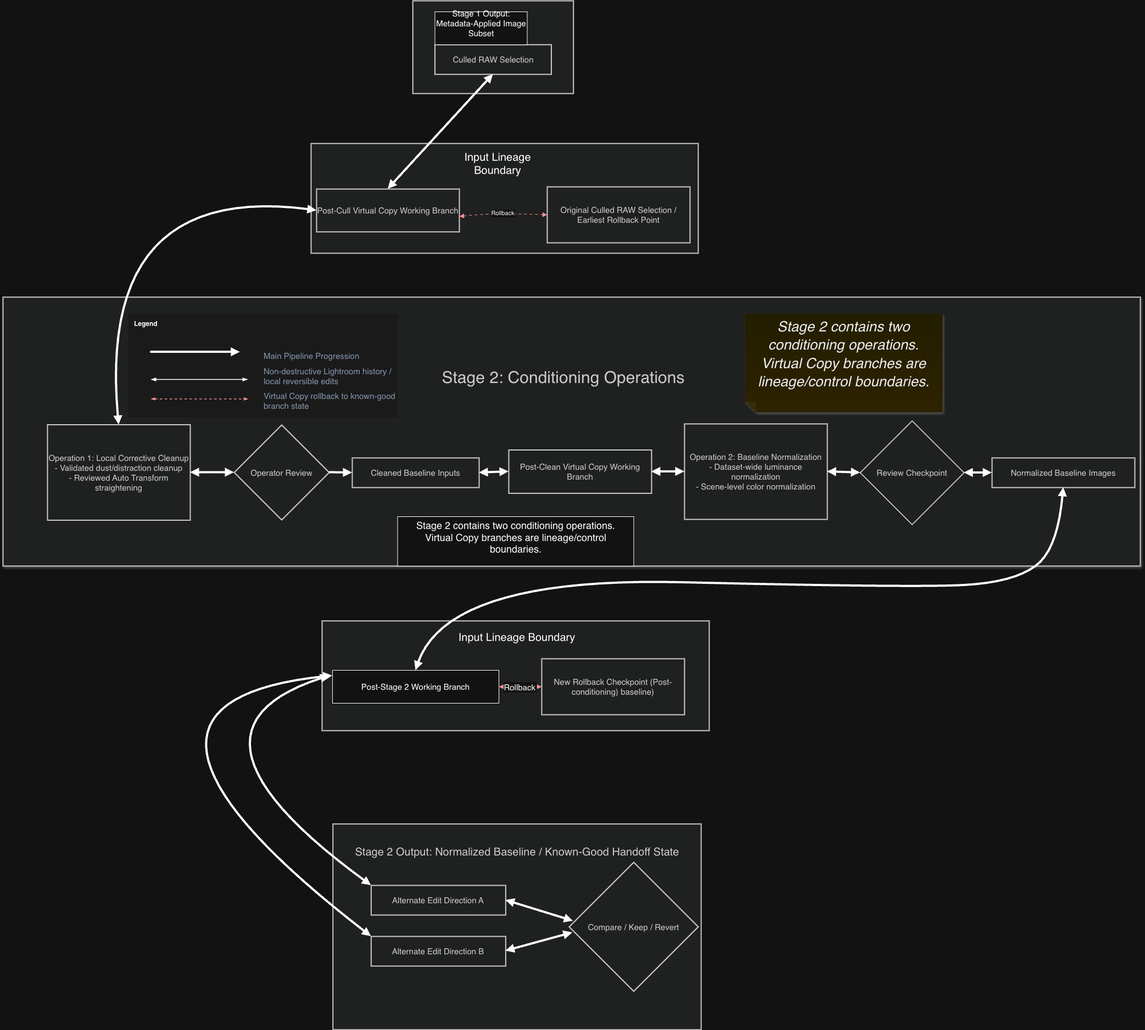
Oak-22/creative-workflow-batch-transformation-pipeline keeps this draw.io diagram as docs/stage-2-pipeline-diagram.png. Above is the earlier version. Source tidied: cells renumbered, new cells last; positions are measured from the earlier drawing's top-left corner, leaving out a move shared by most shapes.
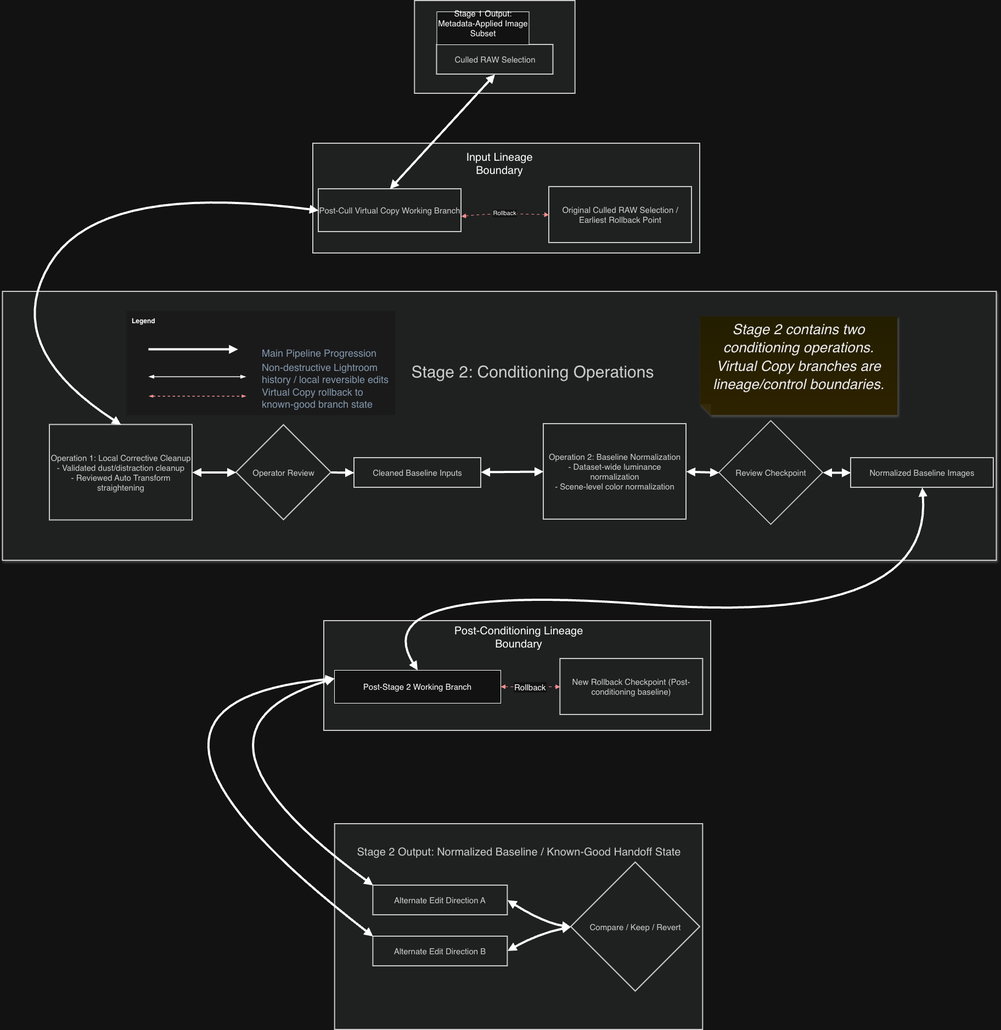
The same diagram one commit later.

Commit message:
Updates to Stage 2 pipeline diagram

Change to the diagram source:
```diff
@@ -14,8 +14,8 @@
     <mxCell id="5" value="Culled RAW Selection" style="whiteSpace=wrap;strokeWidth=2;fillColor=light-dark(#eeeeee,#1f2020);strokeColor=light-dark(#999999,#cccccc);fontColor=light-dark(#333333,#cccccc);fontSize=15;" parent="1" vertex="1">
       <mxGeometry x="786.5" y="80" width="212" height="54" as="geometry" />
     </mxCell>
-    <mxCell id="6" value="Stage 2: Conditioning Operations" style="whiteSpace=wrap;strokeWidth=2;fillColor=light-dark(#eeeeee,#1f2020);strokeColor=light-dark(#999999,#cccccc);fontColor=light-dark(#333333,#cccccc);spacingTop=-200;shadow=1;verticalAlign=middle;spacingBottom=-1;fontSize=30;spacingLeft=-30;" parent="1" vertex="1">
-      <mxGeometry y="540" width="2071" height="490" as="geometry" />
+    <mxCell id="6" value="Stage 2: Conditioning Operations" style="whiteSpace=wrap;strokeWidth=2;fillColor=light-dark(#eeeeee,#1f2020);strokeColor=light-dark(#999999,#cccccc);fontColor=light-dark(#333333,#cccccc);spacingTop=-200;shadow=1;verticalAlign=middle;spacingBottom=-2;fontSize=30;spacingLeft=80;spacingRight=-40;" parent="1" vertex="1">
+      <mxGeometry x="-4.5" y="530" width="1811" height="490" as="geometry" />
     </mxCell>
     <mxCell id="7" value="Post-Cull Virtual Copy Working Branch" style="whiteSpace=wrap;strokeWidth=2;fillColor=light-dark(#eeeeee,#1f2020);strokeColor=light-dark(#999999,#cccccc);fontColor=light-dark(#333333,#cccccc);fontSize=15;" parent="1" vertex="1">
       <mxGeometry x="571" y="343" width="260" height="78" as="geometry" />
@@ -32,17 +32,14 @@
     <mxCell id="11" value="Cleaned Baseline Inputs" style="whiteSpace=wrap;strokeWidth=2;fillColor=light-dark(#eeeeee,#1f2020);strokeColor=light-dark(#999999,#cccccc);fontColor=light-dark(#333333,#cccccc);fontSize=15;" parent="1" vertex="1">
       <mxGeometry x="636" y="833" width="231" height="54" as="geometry" />
     </mxCell>
-    <mxCell id="12" style="edgeStyle=orthogonalEdgeStyle;rounded=0;jettySize=auto;html=1;" parent="1" edge="1" source="13" target="37">
-      <mxGeometry relative="1" as="geometry" />
-    </mxCell>
     <mxCell id="13" value="Operation 2: Baseline Normalization&#10;- Dataset-wide luminance normalization&#10;- Scene-level color normalization" style="whiteSpace=wrap;strokeWidth=2;fillColor=light-dark(#eeeeee,#1f2020);strokeColor=light-dark(#999999,#cccccc);fontColor=light-dark(#333333,#cccccc);fontSize=15;" parent="1" vertex="1">
-      <mxGeometry x="1241" y="771" width="260" height="174" as="geometry" />
+      <mxGeometry x="981" y="771" width="260" height="174" as="geometry" />
     </mxCell>
     <mxCell id="14" value="Review Checkpoint" style="rhombus;strokeWidth=2;whiteSpace=wrap;fillColor=light-dark(#eeeeee,#1f2020);strokeColor=light-dark(#999999,#cccccc);fontColor=light-dark(#333333,#cccccc);fontSize=15;" parent="1" vertex="1">
-      <mxGeometry x="1561" y="765.5" width="189" height="189" as="geometry" />
+      <mxGeometry x="1301" y="765.5" width="189" height="189" as="geometry" />
     </mxCell>
     <mxCell id="15" value="Normalized Baseline Images" style="whiteSpace=wrap;strokeWidth=2;fillColor=light-dark(#eeeeee,#1f2020);strokeColor=light-dark(#999999,#cccccc);fontColor=light-dark(#333333,#cccccc);fontSize=15;" parent="1" vertex="1">
-      <mxGeometry x="1801" y="833" width="260" height="54" as="geometry" />
+      <mxGeometry x="1541" y="833" width="260" height="54" as="geometry" />
     </mxCell>
     <mxCell id="16" value="Alternate Edit Direction A" style="whiteSpace=wrap;strokeWidth=2;fillColor=light-dark(#eeeeee,#1f2020);strokeColor=light-dark(#999999,#cccccc);fontColor=light-dark(#333333,#cccccc);fontSize=15;" parent="1" vertex="1">
       <mxGeometry x="670.4" y="1612" width="245" height="54" as="geometry" />
@@ -67,6 +64,7 @@
       <mxGeometry relative="1" as="geometry">
         <Array as="points">
           <mxPoint x="171" y="330" />
+          <mxPoint x="-9" y="630" />
         </Array>
       </mxGeometry>
     </mxCell>
@@ -76,7 +74,7 @@
     <mxCell id="23" style="curved=1;startArrow=none;endArrow=block;strokeWidth=3;strokeWidth=4;fillColor=none;exitX=1;exitY=0.5;entryX=0;entryY=0.5;" parent="1" edge="1" source="10" target="11">
       <mxGeometry relative="1" as="geometry" />
     </mxCell>
-    <mxCell id="24" style="curved=1;startArrow=block;endArrow=block;strokeWidth=3;strokeWidth=4;fillColor=none;exitX=1;exitY=0.5;entryX=0;entryY=0.5;startFill=1;" parent="1" edge="1" source="37" target="13">
+    <mxCell id="24" style="curved=1;startArrow=block;endArrow=block;strokeWidth=3;strokeWidth=4;fillColor=none;entryX=0;entryY=0.5;startFill=1;" parent="1" edge="1" source="11" target="13">
       <mxGeometry relative="1" as="geometry" />
     </mxCell>
     <mxCell id="25" style="curved=1;startArrow=block;endArrow=block;strokeWidth=3;strokeWidth=4;fillColor=none;exitX=1;exitY=0.5;entryX=0;entryY=0.5;startFill=1;" parent="1" edge="1" source="13" target="14">
@@ -85,23 +83,26 @@
     <mxCell id="26" style="curved=1;startArrow=block;endArrow=block;strokeWidth=3;strokeWidth=4;fillColor=none;exitX=1;exitY=0.5;entryX=0;entryY=0.5;startFill=1;" parent="1" edge="1" source="14" target="15">
       <mxGeometry relative="1" as="geometry" />
     </mxCell>
-    <mxCell id="27" style="curved=1;startArrow=block;endArrow=block;strokeWidth=4;fillColor=none;exitX=1;exitY=0.5;entryX=0.031;entryY=0.455;startFill=1;entryDx=0;entryDy=0;entryPerimeter=0;" parent="1" edge="1" source="16" target="18">
-      <mxGeometry relative="1" as="geometry" />
+    <mxCell id="27" style="curved=1;startArrow=block;endArrow=block;strokeWidth=4;fillColor=none;exitX=1;exitY=0.5;startFill=1;" parent="1" edge="1" source="16">
+      <mxGeometry relative="1" as="geometry">
+        <mxPoint x="1031" y="1688" as="targetPoint" />
+        <Array as="points">
+          <mxPoint x="981" y="1680" />
+        </Array>
+      </mxGeometry>
     </mxCell>
     <mxCell id="28" style="whiteSpace=wrap;strokeWidth=2;fillColor=light-dark(#eeeeee,#1f2020);strokeColor=light-dark(#999999,#cccccc);fontColor=light-dark(#333333,#cccccc);verticalAlign=bottom;fontSize=12;spacingTop=200;" parent="1" vertex="1">
       <mxGeometry x="581" y="1130" width="705" height="200" as="geometry" />
     </mxCell>
-    <mxCell id="29" style="curved=1;startArrow=block;endArrow=block;strokeWidth=3;strokeWidth=4;fillColor=none;entryX=0;entryY=0;entryDx=0;entryDy=0;startFill=1;" parent="1" edge="1" target="16">
+    <mxCell id="29" style="curved=1;startArrow=block;endArrow=block;strokeWidth=3;strokeWidth=4;fillColor=none;entryX=0;entryY=0;entryDx=0;entryDy=0;startFill=1;exitX=0;exitY=0.25;exitDx=0;exitDy=0;" parent="1" edge="1" source="33" target="16">
       <mxGeometry relative="1" as="geometry">
-        <mxPoint x="594.6" y="1230" as="sourcePoint" />
         <Array as="points">
           <mxPoint x="284.6" y="1330" />
         </Array>
       </mxGeometry>
     </mxCell>
-    <mxCell id="30" style="curved=1;startArrow=block;endArrow=block;strokeWidth=3;strokeWidth=4;fillColor=none;exitX=0;exitY=0;entryX=0;entryY=0;entryDx=0;entryDy=0;exitDx=0;exitDy=0;startFill=1;" parent="1" edge="1" target="17">
+    <mxCell id="30" style="curved=1;startArrow=block;endArrow=block;strokeWidth=3;strokeWidth=4;fillColor=none;entryX=0;entryY=0;entryDx=0;entryDy=0;startFill=1;exitX=0;exitY=0.25;exitDx=0;exitDy=0;" parent="1" edge="1" source="33" target="17">
       <mxGeometry relative="1" as="geometry">
-        <mxPoint x="600" y="1230" as="sourcePoint" />
         <Array as="points">
           <mxPoint x="121" y="1280" />
         </Array>
@@ -116,41 +117,30 @@
     <mxCell id="33" value="Post-Stage 2 Working Branch" style="rounded=0;whiteSpace=wrap;html=1;fontSize=15;" parent="1" vertex="1">
       <mxGeometry x="600" y="1220" width="303" height="60" as="geometry" />
     </mxCell>
-    <mxCell id="34" value="&lt;font style=&quot;font-size: 20px;&quot;&gt;Input Lineage Boundary&lt;/font&gt;" style="text;html=1;whiteSpace=wrap;strokeColor=none;fillColor=none;align=center;verticalAlign=middle;rounded=0;" parent="1" vertex="1">
+    <mxCell id="34" value="&lt;font style=&quot;font-size: 20px;&quot;&gt;Post-Conditioning Lineage Boundary&lt;/font&gt;" style="text;html=1;whiteSpace=wrap;strokeColor=none;fillColor=none;align=center;verticalAlign=middle;rounded=0;" parent="1" vertex="1">
       <mxGeometry x="811" y="1140" width="250" height="40" as="geometry" />
     </mxCell>
-    <mxCell id="35" style="curved=1;startArrow=block;endArrow=block;strokeWidth=3;strokeWidth=4;fillColor=none;exitX=1;exitY=0.5;entryX=0;entryY=0.5;startFill=1;" parent="1" edge="1" source="11" target="37">
-      <mxGeometry relative="1" as="geometry" />
-    </mxCell>
     <mxCell id="36" style="curved=1;startArrow=block;endArrow=block;strokeWidth=3;strokeWidth=4;fillColor=none;exitX=0.5;exitY=1;entryX=0.5;entryY=0;entryDx=0;entryDy=0;exitDx=0;exitDy=0;startFill=1;" parent="1" edge="1" source="15" target="33">
       <mxGeometry relative="1" as="geometry">
         <Array as="points">
-          <mxPoint x="1921" y="1000" />
-          <mxPoint x="1841" y="1060" />
-          <mxPoint x="1661" y="1070" />
-          <mxPoint x="811" y="1050" />
+          <mxPoint x="1691" y="1140" />
+          <mxPoint x="651" y="1060" />
         </Array>
       </mxGeometry>
     </mxCell>
-    <mxCell id="37" value="Post-Clean Virtual Copy Working Branch" style="whiteSpace=wrap;strokeWidth=2;fillColor=light-dark(#eeeeee,#1f2020);strokeColor=light-dark(#999999,#cccccc);fontColor=light-dark(#333333,#cccccc);fontSize=15;" parent="1" vertex="1">
-      <mxGeometry x="921" y="818.5" width="260" height="79" as="geometry" />
-    </mxCell>
-    <mxCell id="38" value="New Rollback Checkpoint (Post-conditioning) baseline)" style="whiteSpace=wrap;strokeWidth=2;fillColor=light-dark(#eeeeee,#1f2020);strokeColor=light-dark(#999999,#cccccc);fontColor=light-dark(#333333,#cccccc);fontSize=15;" parent="1" vertex="1">
-      <mxGeometry x="981" y="1199" width="260" height="102" as="geometry" />
+    <mxCell id="38" value="New Rollback Checkpoint (Post-conditioning baseline)" style="whiteSpace=wrap;strokeWidth=2;fillColor=light-dark(#eeeeee,#1f2020);strokeColor=light-dark(#999999,#cccccc);fontColor=light-dark(#333333,#cccccc);fontSize=15;" parent="1" vertex="1">
+      <mxGeometry x="1011.3" y="1199" width="260" height="102" as="geometry" />
     </mxCell>
     <mxCell id="39" value="Rollback" style="curved=1;dashed=1;dashPattern=2 3;startArrow=block;endArrow=block;strokeColor=red;dashed=1;dashPattern=5 5;fillColor=none;exitX=1;exitY=0.5;startFill=1;exitDx=0;exitDy=0;entryX=0;entryY=0.5;entryDx=0;entryDy=0;fontSize=15;" parent="1" edge="1" source="33" target="38">
       <mxGeometry relative="1" as="geometry" />
     </mxCell>
-    <mxCell id="40" value="&lt;div&gt;&lt;font style=&quot;font-size: 18px;&quot;&gt;Stage 2 contains two conditioning operations.&lt;/font&gt;&lt;/div&gt;&lt;div&gt;&lt;font style=&quot;font-size: 18px;&quot;&gt;Virtual Copy branches are lineage/control boundaries.&lt;/font&gt;&lt;/div&gt;&lt;div&gt;&lt;br&gt;&lt;/div&gt;" style="rounded=0;whiteSpace=wrap;html=1;" parent="1" vertex="1">
-      <mxGeometry x="718.5" y="940" width="430" height="90" as="geometry" />
-    </mxCell>
     <mxCell id="41" value="&lt;div&gt;&lt;font style=&quot;font-size: 26px;&quot;&gt;&lt;i style=&quot;&quot;&gt;Stage 2 contains two conditioning operations.&lt;/i&gt;&lt;/font&gt;&lt;/div&gt;&lt;div&gt;&lt;font style=&quot;font-size: 26px;&quot;&gt;&lt;i&gt;Virtual Copy branches are lineage/control boundaries.&lt;/i&gt;&lt;/font&gt;&lt;/div&gt;&lt;div&gt;&lt;br style=&quot;color: rgb(255, 255, 255); font-size: 12px;&quot;&gt;&lt;/div&gt;" style="shape=note;whiteSpace=wrap;html=1;backgroundOutline=1;autosizeText=1;fontColor=#000000;darkOpacity=0.05;fillColor=#FFF9B2;strokeColor=none;fillStyle=solid;fontSize=28;direction=west;gradientDirection=north;gradientColor=#FFF2A1;shadow=1;size=20;" parent="1" vertex="1">
-      <mxGeometry x="1351" y="570" width="360" height="180" as="geometry" />
+      <mxGeometry x="1266" y="575" width="360" height="180" as="geometry" />
     </mxCell>
     <mxCell id="42" value="Legend" style="rounded=0;whiteSpace=wrap;html=1;strokeColor=none;strokeWidth=1.5;arcSize=16;fillColor=#F5F6F7;perimeterSpacing=0;imageHeight=24;absoluteArcSize=1;align=left;verticalAlign=top;fontSize=12;fontStyle=1;spacingTop=5;spacingLeft=8;" parent="1" vertex="1">
-      <mxGeometry x="228.5" y="570" width="490" height="190" as="geometry" />
+      <mxGeometry x="221" y="565" width="490" height="190" as="geometry" />
     </mxCell>
-    <mxCell id="43" value="Main Pipeline Progression" style="fillColor=none;strokeColor=none;align=left;fontSize=15;fontColor=#556B82;whiteSpace=wrap;" parent="42" vertex="1">
+    <mxCell id="43" value="Main Pipeline Progression" style="fillColor=none;strokeColor=none;align=left;fontSize=18;fontColor=#556B82;whiteSpace=wrap;" parent="42" vertex="1">
       <mxGeometry x="245" y="50" width="245" height="53.6" as="geometry" />
     </mxCell>
     <mxCell id="44" style="edgeStyle=orthogonalEdgeStyle;rounded=0;orthogonalLoop=1;jettySize=auto;html=1;fontSize=31;strokeColor=light-dark(#188918,#FFFFFF);fontFamily=Helvetica;fontColor=default;targetPerimeterSpacing=15;endArrow=blockThin;endFill=1;strokeWidth=1.5;startArrow=blockThin;startFill=1;" parent="42" edge="1">
@@ -159,7 +149,7 @@
         <mxPoint x="217.4" y="120" as="targetPoint" />
       </mxGeometry>
     </mxCell>
-    <mxCell id="45" value="Non-destructive Lightroom history / local reversible edits" style="fillColor=none;strokeColor=none;align=left;fontSize=15;fontColor=#556B82;whiteSpace=wrap;" parent="42" vertex="1">
+    <mxCell id="45" value="Non-destructive Lightroom history / local reversible edits" style="fillColor=none;strokeColor=none;align=left;fontSize=18;fontColor=#556B82;whiteSpace=wrap;" parent="42" vertex="1">
       <mxGeometry x="245" y="90" width="245" height="48.2" as="geometry" />
     </mxCell>
     <mxCell id="46" style="edgeStyle=orthogonalEdgeStyle;rounded=0;orthogonalLoop=1;jettySize=auto;html=1;fontSize=18;strokeColor=light-dark(#475E75, #f29292);fontFamily=Helvetica;fontColor=default;targetPerimeterSpacing=15;endSize=4;startSize=4;endArrow=blockThin;endFill=1;strokeWidth=1.5;startArrow=blockThin;startFill=1;dashed=1;" parent="42" edge="1">
@@ -168,7 +158,7 @@
         <mxPoint x="217.8" y="155.5" as="targetPoint" />
       </mxGeometry>
     </mxCell>
-    <mxCell id="47" value="Virtual Copy rollback to known-good branch state" style="fillColor=none;strokeColor=none;align=left;fontSize=15;fontColor=#556B82;whiteSpace=wrap;" parent="42" vertex="1">
+    <mxCell id="47" value="Virtual Copy rollback to known-good branch state" style="fillColor=none;strokeColor=none;align=left;fontSize=18;fontColor=#556B82;whiteSpace=wrap;" parent="42" vertex="1">
       <mxGeometry x="245" y="138.2" width="245" height="41.8" as="geometry" />
     </mxCell>
     <mxCell id="48" style="curved=1;startArrow=none;endArrow=block;strokeWidth=1.5;strokeWidth=4;fillColor=none;startFill=0;" parent="42" edge="1">
@@ -180,9 +170,12 @@
         </Array>
       </mxGeometry>
     </mxCell>
-    <mxCell id="49" style="curved=1;startArrow=block;endArrow=block;strokeWidth=4;fillColor=none;exitX=1;exitY=0.5;entryX=0.026;entryY=0.545;startFill=1;entryDx=0;entryDy=0;entryPerimeter=0;" parent="1" edge="1" target="18">
+    <mxCell id="49" style="curved=1;startArrow=block;endArrow=block;strokeWidth=4;fillColor=none;exitX=1;exitY=0.5;entryX=0;entryY=0.5;startFill=1;entryDx=0;entryDy=0;" parent="1" edge="1" target="18">
       <mxGeometry relative="1" as="geometry">
         <mxPoint x="915.4" y="1731.4" as="sourcePoint" />
+        <Array as="points">
+          <mxPoint x="971" y="1700" />
+        </Array>
       </mxGeometry>
     </mxCell>
   </root>
```
